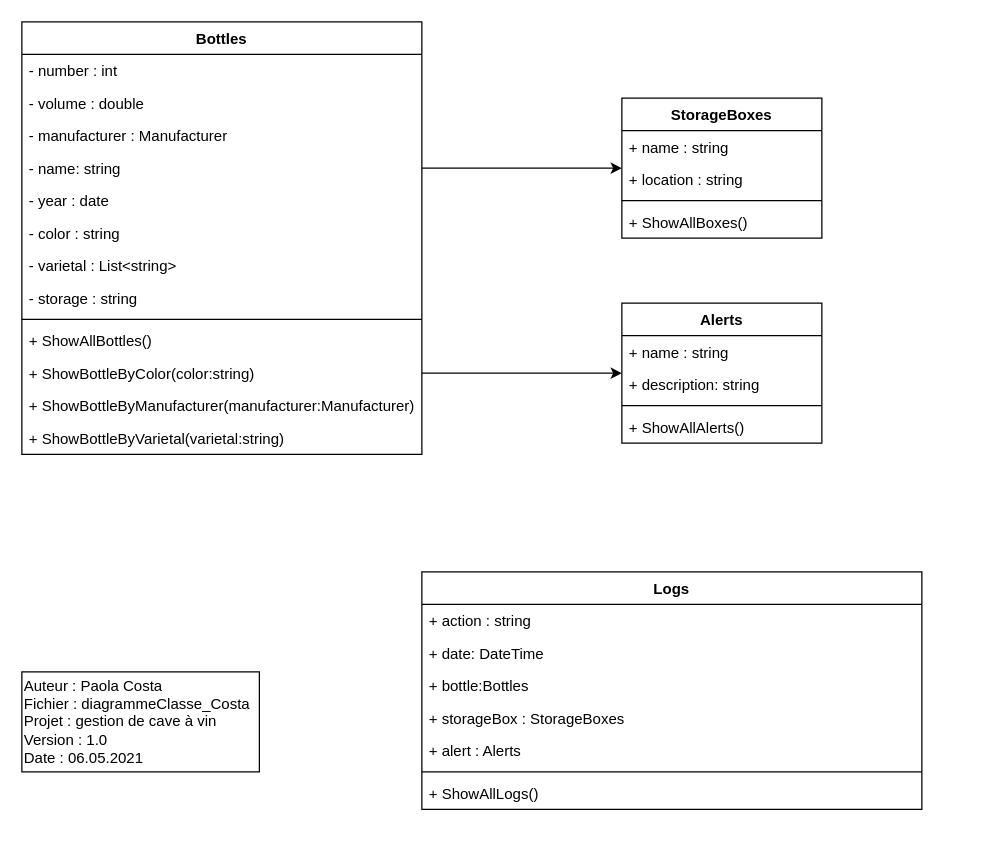
Before: docs_avec_modification/diagrammes/diagrammeClasse_Costa.drawio in AhVen98/TPI_gestionCaveAVin, a draw.io diagram. Source tidied: cells renumbered, new cells numbered last; positions are measured from the earlier drawing's top-left corner, leaving out a move shared by most shapes. Both pictures are drawn from the tidied source at 125%, with x=0, y=0 at pixel (21, 21).
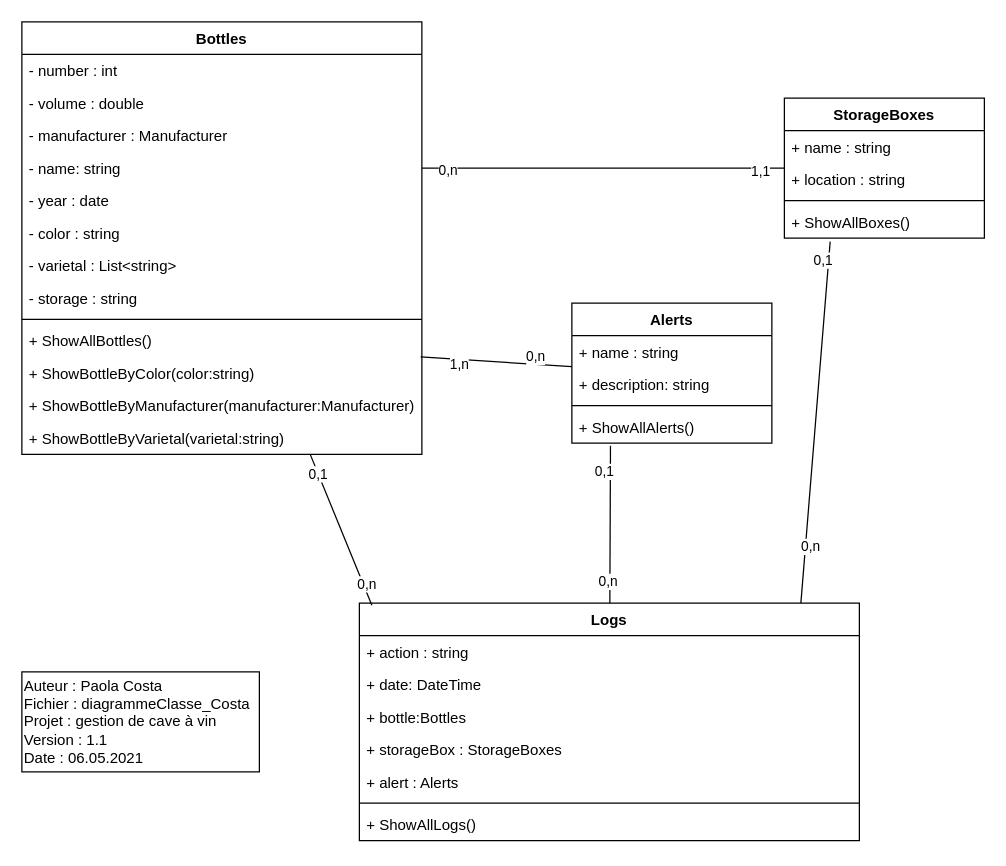
The same diagram, later.

Commit message (it also covers changes not shown here):
modification du diagramme de classe

complétion
génération du fichier png

Unchanged cells that the change refers to:
```xml
<mxCell id="3" value="Bottles" style="swimlane;fontStyle=1;align=center;verticalAlign=top;horizontal=1;startSize=26;" parent="1" vertex="1">
  <mxGeometry width="320" height="346" as="geometry" />
</mxCell>
<mxCell id="7" value="- name: string" style="text;strokeColor=none;fillColor=none;align=left;verticalAlign=top;spacingLeft=4;spacingRight=4;overflow=hidden;points=[[0,0.5],[1,0.5]];portConstraint=eastwest;" parent="3" vertex="1">
  <mxGeometry y="104" width="320" height="26" as="geometry" />
</mxCell>
<mxCell id="14" value="+ ShowBottleByColor(color:string)" style="text;strokeColor=none;fillColor=none;align=left;verticalAlign=top;spacingLeft=4;spacingRight=4;overflow=hidden;points=[[0,0.5],[1,0.5]];portConstraint=eastwest;" parent="3" vertex="1">
  <mxGeometry y="268" width="320" height="26" as="geometry" />
</mxCell>
<mxCell id="21" value="+ ShowAllBoxes()" style="text;strokeColor=none;fillColor=none;align=left;verticalAlign=top;spacingLeft=4;spacingRight=4;overflow=hidden;points=[[0,0.5],[1,0.5]];portConstraint=eastwest;" parent="17" vertex="1">
  <mxGeometry y="86" width="160" height="26" as="geometry" />
</mxCell>
<mxCell id="27" value="+ ShowAllAlerts()" style="text;strokeColor=none;fillColor=none;align=left;verticalAlign=top;spacingLeft=4;spacingRight=4;overflow=hidden;points=[[0,0.5],[1,0.5]];portConstraint=eastwest;" parent="23" vertex="1">
  <mxGeometry y="86" width="160" height="26" as="geometry" />
</mxCell>
```

The edit, as a diff of the source:
```diff
@@
-    <mxCell id="2" value="Auteur : Paola Costa&lt;br&gt;Fichier : diagrammeClasse_Costa&lt;br&gt;Projet : gestion de cave à vin&lt;br&gt;Version : 1.0&lt;br&gt;Date : 06.05.2021" style="rounded=0;whiteSpace=wrap;html=1;align=left;" parent="1" vertex="1">
+    <mxCell id="2" value="Auteur : Paola Costa&lt;br&gt;Fichier : diagrammeClasse_Costa&lt;br&gt;Projet : gestion de cave à vin&lt;br&gt;Version : 1.1&lt;br&gt;Date : 06.05.2021" style="rounded=0;whiteSpace=wrap;html=1;align=left;" parent="1" vertex="1">
       <mxGeometry y="520" width="190" height="80" as="geometry" />
     </mxCell>
@@
     <mxCell id="17" value="StorageBoxes" style="swimlane;fontStyle=1;align=center;verticalAlign=top;horizontal=1;startSize=26;" parent="1" vertex="1">
-      <mxGeometry x="480" y="61" width="160" height="112" as="geometry" />
+      <mxGeometry x="610" y="61" width="160" height="112" as="geometry" />
     </mxCell>
@@
-    <mxCell id="22" style="edgeStyle=orthogonalEdgeStyle;rounded=0;jettySize=auto;html=1;" parent="1" edge="1" source="7" target="17">
-      <mxGeometry relative="1" as="geometry" />
-    </mxCell>
     <mxCell id="23" value="Alerts" style="swimlane;fontStyle=1;align=center;verticalAlign=top;horizontal=1;startSize=26;" parent="1" vertex="1">
-      <mxGeometry x="480" y="225" width="160" height="112" as="geometry" />
+      <mxGeometry x="440" y="225" width="160" height="112" as="geometry" />
     </mxCell>
@@
-    <mxCell id="28" style="edgeStyle=orthogonalEdgeStyle;rounded=0;jettySize=auto;html=1;exitX=1;exitY=0.5;exitDx=0;exitDy=0;" parent="1" edge="1" source="14" target="23">
-      <mxGeometry relative="1" as="geometry" />
-    </mxCell>
     <mxCell id="29" value="Logs" style="swimlane;fontStyle=1;align=center;verticalAlign=top;horizontal=1;startSize=26;" parent="1" vertex="1">
-      <mxGeometry x="320" y="440" width="400" height="190" as="geometry" />
+      <mxGeometry x="270" y="465" width="400" height="190" as="geometry" />
     </mxCell>
@@
+    <mxCell id="22" style="endArrow=none;html=1;exitX=1;exitY=0.5;exitDx=0;exitDy=0;" parent="1" edge="1" source="7" target="17">
+      <mxGeometry relative="1" as="geometry" />
+    </mxCell>
+    <mxCell id="37" value="1,1" style="edgeLabel;html=1;align=center;verticalAlign=middle;" parent="22" vertex="1">
+      <mxGeometry x="-0.79" y="-2" relative="1" as="geometry">
+        <mxPoint x="240" as="offset" />
+      </mxGeometry>
+    </mxCell>
+    <mxCell id="38" value="0,n" style="edgeLabel;html=1;align=center;verticalAlign=middle;" parent="22" vertex="1">
+      <mxGeometry x="0.86" y="-1" relative="1" as="geometry">
+        <mxPoint x="-250" as="offset" />
+      </mxGeometry>
+    </mxCell>
+    <mxCell id="39" style="endArrow=none;html=1;exitX=0.025;exitY=0.009;exitDx=0;exitDy=0;exitPerimeter=0;" parent="1" edge="1" source="29" target="3">
+      <mxGeometry relative="1" as="geometry" />
+    </mxCell>
+    <mxCell id="40" value="0,1" style="edgeLabel;html=1;align=center;verticalAlign=middle;" parent="39" vertex="1">
+      <mxGeometry x="0.75" relative="1" as="geometry" />
+    </mxCell>
+    <mxCell id="41" value="0,n" style="edgeLabel;html=1;align=center;verticalAlign=middle;" parent="39" vertex="1">
+      <mxGeometry x="-0.74" y="-2" relative="1" as="geometry">
+        <mxPoint y="-1" as="offset" />
+      </mxGeometry>
+    </mxCell>
+    <mxCell id="42" style="endArrow=none;html=1;entryX=0.229;entryY=1.109;entryDx=0;entryDy=0;entryPerimeter=0;exitX=0.883;exitY=0;exitDx=0;exitDy=0;exitPerimeter=0;" parent="1" edge="1" source="29" target="21">
+      <mxGeometry relative="1" as="geometry" />
+    </mxCell>
+    <mxCell id="43" value="0,n" style="edgeLabel;html=1;align=center;verticalAlign=middle;" parent="42" vertex="1">
+      <mxGeometry x="0.88" y="-1" relative="1" as="geometry">
+        <mxPoint x="-16.2" y="226.4" as="offset" />
+      </mxGeometry>
+    </mxCell>
+    <mxCell id="44" value="0,1" style="edgeLabel;html=1;align=center;verticalAlign=middle;" parent="42" vertex="1">
+      <mxGeometry x="-0.83" relative="1" as="geometry">
+        <mxPoint x="14.8" y="-250" as="offset" />
+      </mxGeometry>
+    </mxCell>
+    <mxCell id="45" style="endArrow=none;html=1;entryX=0.193;entryY=1.083;entryDx=0;entryDy=0;entryPerimeter=0;" parent="1" edge="1" source="29" target="27">
+      <mxGeometry relative="1" as="geometry" />
+    </mxCell>
+    <mxCell id="46" value="0,n" style="edgeLabel;html=1;align=center;verticalAlign=middle;" parent="45" vertex="1">
+      <mxGeometry x="0.52" y="-4" relative="1" as="geometry">
+        <mxPoint x="-6.1" y="78.3" as="offset" />
+      </mxGeometry>
+    </mxCell>
+    <mxCell id="47" value="0,1" style="edgeLabel;html=1;align=center;verticalAlign=middle;" parent="45" vertex="1">
+      <mxGeometry x="-0.59" relative="1" as="geometry">
+        <mxPoint x="-5" y="-79.4" as="offset" />
+      </mxGeometry>
+    </mxCell>
+    <mxCell id="48" style="endArrow=none;html=1;exitX=1;exitY=0.5;exitDx=0;exitDy=0;" parent="1" edge="1" target="23">
+      <mxGeometry relative="1" as="geometry">
+        <mxPoint x="319" y="268" as="sourcePoint" />
+      </mxGeometry>
+    </mxCell>
+    <mxCell id="49" value="0,n" style="edgeLabel;html=1;align=center;verticalAlign=middle;" parent="48" vertex="1">
+      <mxGeometry x="-0.77" y="1" relative="1" as="geometry">
+        <mxPoint x="77.5" as="offset" />
+      </mxGeometry>
+    </mxCell>
+    <mxCell id="50" value="1,n" style="edgeLabel;html=1;align=center;verticalAlign=middle;" parent="48" vertex="1">
+      <mxGeometry x="0.76" y="1" relative="1" as="geometry">
+        <mxPoint x="-76.7" as="offset" />
+      </mxGeometry>
+    </mxCell>
```
